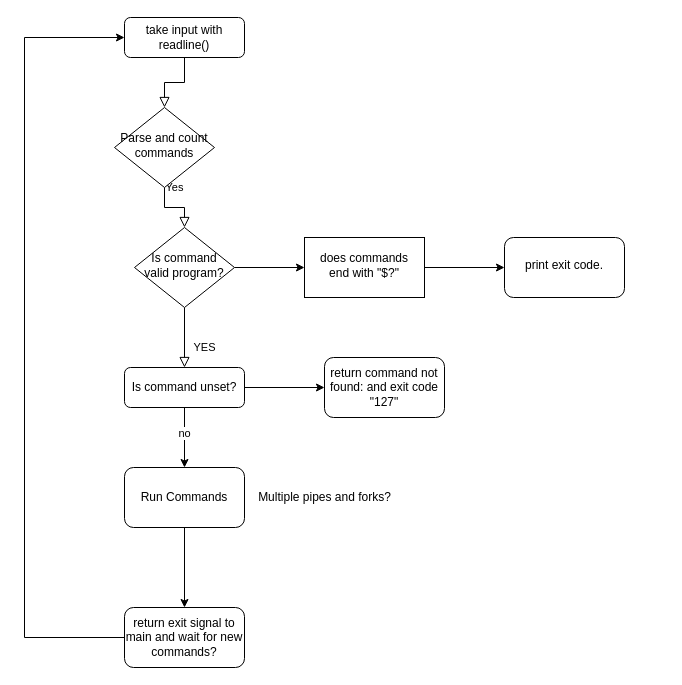
Vallehtelia/MinisHell keeps this draw.io diagram as MINISHELL_FLOWCHART.drawio. Above is the earlier version. Source tidied: cells renumbered, new cells numbered last; positions are measured from the earlier drawing's top-left corner, leaving out a move shared by most shapes. Both pictures are drawn from the tidied source at 100%, with x=0, y=0 at pixel (24, 17).
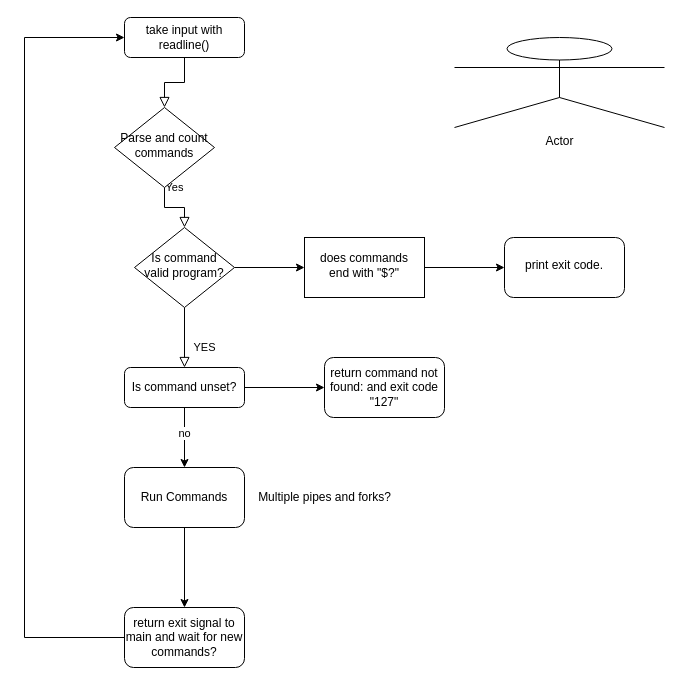
After the change.

Commit message:
Flowchart pushtest

What changed in the source:
```diff
@@
+    <mxCell id="22" value="Actor" style="shape=umlActor;verticalLabelPosition=bottom;verticalAlign=top;html=1;" parent="1" vertex="1">
+      <mxGeometry x="430" y="20" width="210" height="90" as="geometry" />
+    </mxCell>
```
